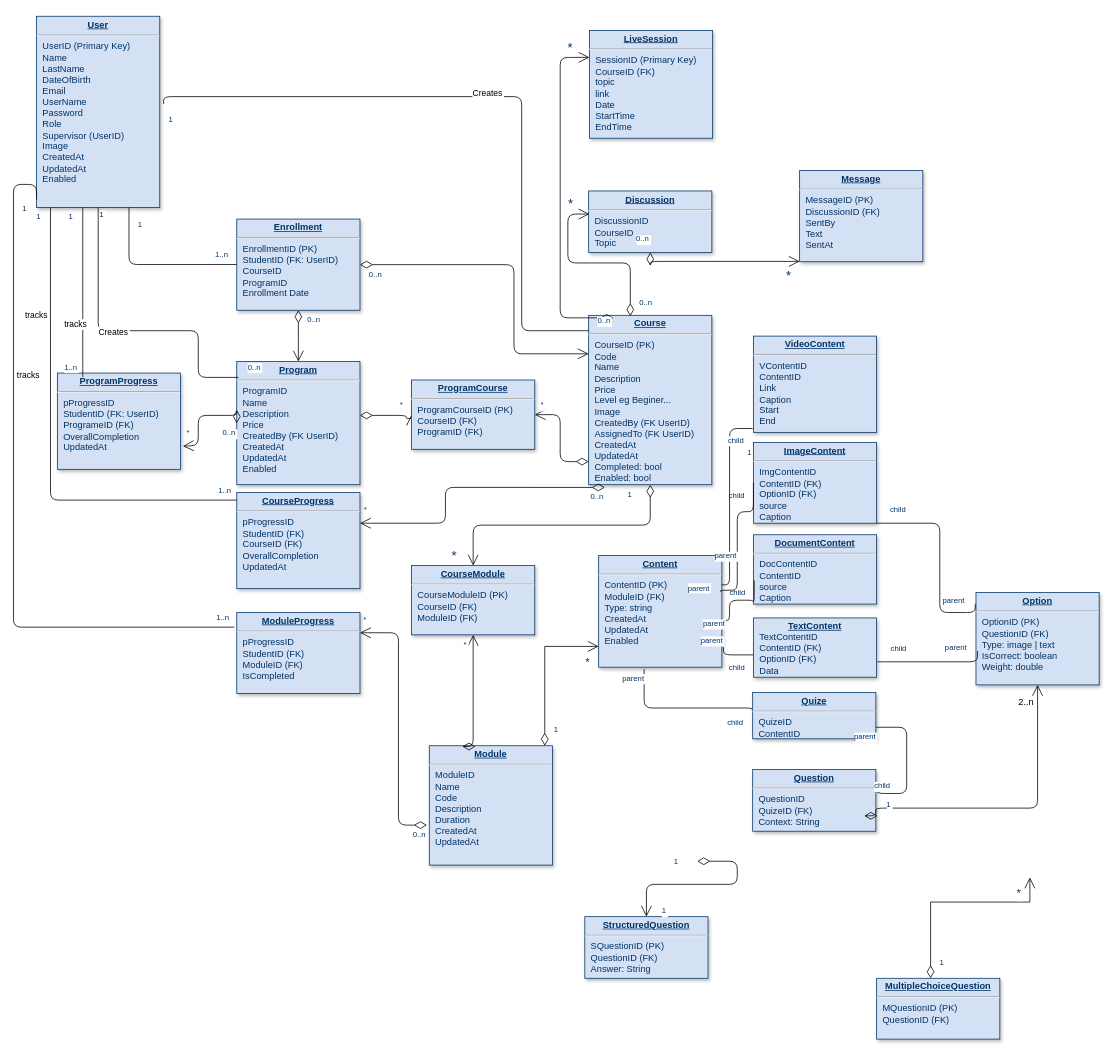
Before: Diagrams/Database.drawio in kingshowa/PFE_E-learning, a draw.io diagram. Source tidied: cells renumbered, new cells numbered last; positions are measured from the earlier drawing's top-left corner, leaving out a move shared by most shapes. Both pictures are drawn from the tidied source at 77%, with x=0, y=0 at pixel (13, 16).
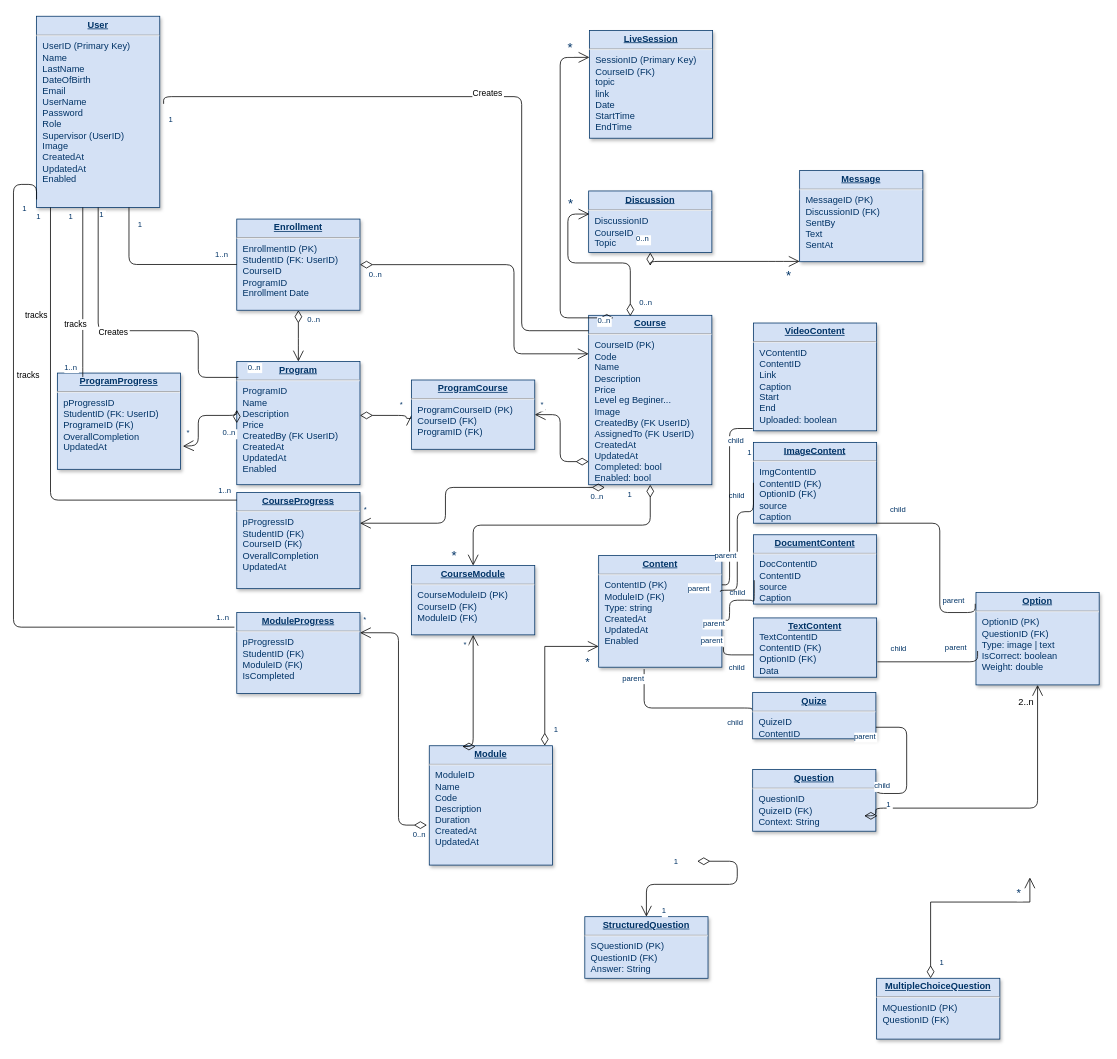
Above is the later version.

Diff of the diagram source:
```diff
@@
-    <mxCell id="28" value="&lt;p style=&quot;margin: 0px ; margin-top: 4px ; text-align: center ; text-decoration: underline&quot;&gt;&lt;b&gt;VideoContent&lt;/b&gt;&lt;/p&gt;&lt;hr&gt;&lt;p style=&quot;margin: 0px ; margin-left: 8px&quot;&gt;VContentID&lt;/p&gt;&lt;p style=&quot;margin: 0px ; margin-left: 8px&quot;&gt;ContentID&lt;/p&gt;&lt;p style=&quot;margin: 0px ; margin-left: 8px&quot;&gt;Link&lt;/p&gt;&lt;p style=&quot;margin: 0px ; margin-left: 8px&quot;&gt;Caption&lt;/p&gt;&lt;p style=&quot;margin: 0px ; margin-left: 8px&quot;&gt;Start&lt;/p&gt;&lt;p style=&quot;margin: 0px ; margin-left: 8px&quot;&gt;End&lt;/p&gt;" style="verticalAlign=top;align=left;overflow=fill;fontSize=12;fontFamily=Helvetica;html=1;strokeColor=#003366;shadow=1;fillColor=#D4E1F5;fontColor=#003366;" parent="1" vertex="1">
-      <mxGeometry x="961" y="415" width="160" height="125" as="geometry" />
+    <mxCell id="28" value="&lt;p style=&quot;margin: 0px ; margin-top: 4px ; text-align: center ; text-decoration: underline&quot;&gt;&lt;b&gt;VideoContent&lt;/b&gt;&lt;/p&gt;&lt;hr&gt;&lt;p style=&quot;margin: 0px ; margin-left: 8px&quot;&gt;VContentID&lt;/p&gt;&lt;p style=&quot;margin: 0px ; margin-left: 8px&quot;&gt;ContentID&lt;/p&gt;&lt;p style=&quot;margin: 0px ; margin-left: 8px&quot;&gt;Link&lt;/p&gt;&lt;p style=&quot;margin: 0px ; margin-left: 8px&quot;&gt;Caption&lt;/p&gt;&lt;p style=&quot;margin: 0px ; margin-left: 8px&quot;&gt;Start&lt;/p&gt;&lt;p style=&quot;margin: 0px ; margin-left: 8px&quot;&gt;End&lt;/p&gt;&lt;p style=&quot;margin: 0px ; margin-left: 8px&quot;&gt;Uploaded: boolean&lt;/p&gt;" style="verticalAlign=top;align=left;overflow=fill;fontSize=12;fontFamily=Helvetica;html=1;strokeColor=#003366;shadow=1;fillColor=#D4E1F5;fontColor=#003366;" parent="1" vertex="1">
+      <mxGeometry x="961" y="398" width="160" height="140" as="geometry" />
     </mxCell>
```
